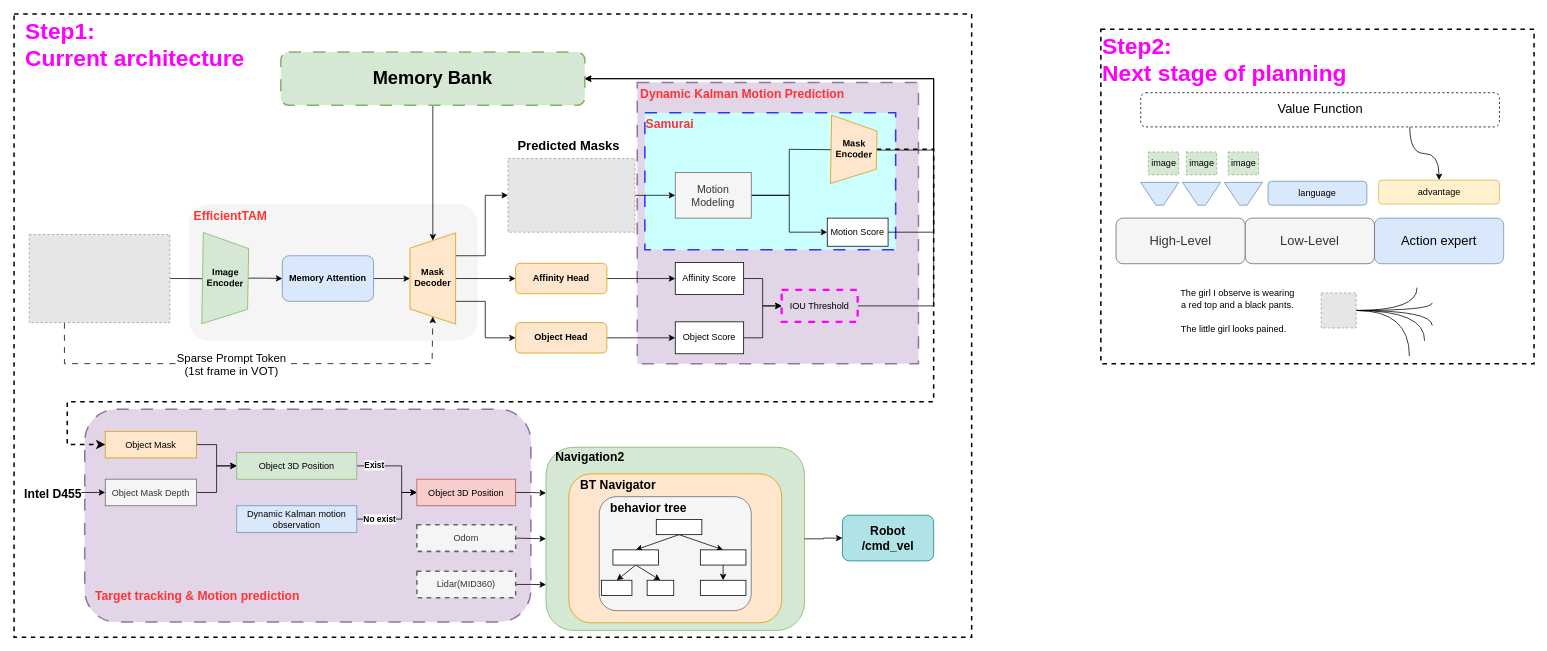
Above: WorkSpace/ObjectTrack/2025-trackArch.drawio in mailonghua/drawio (draw.io), before the change. Source tidied: cells renumbered, new cells numbered last; positions are measured from the earlier drawing's top-left corner, leaving out a move shared by most shapes. Both pictures are drawn from the tidied source at 76%, with x=0, y=0 at pixel (14, 14). Pictures stored in the file or linked from it are replaced by grey dashed boxes.
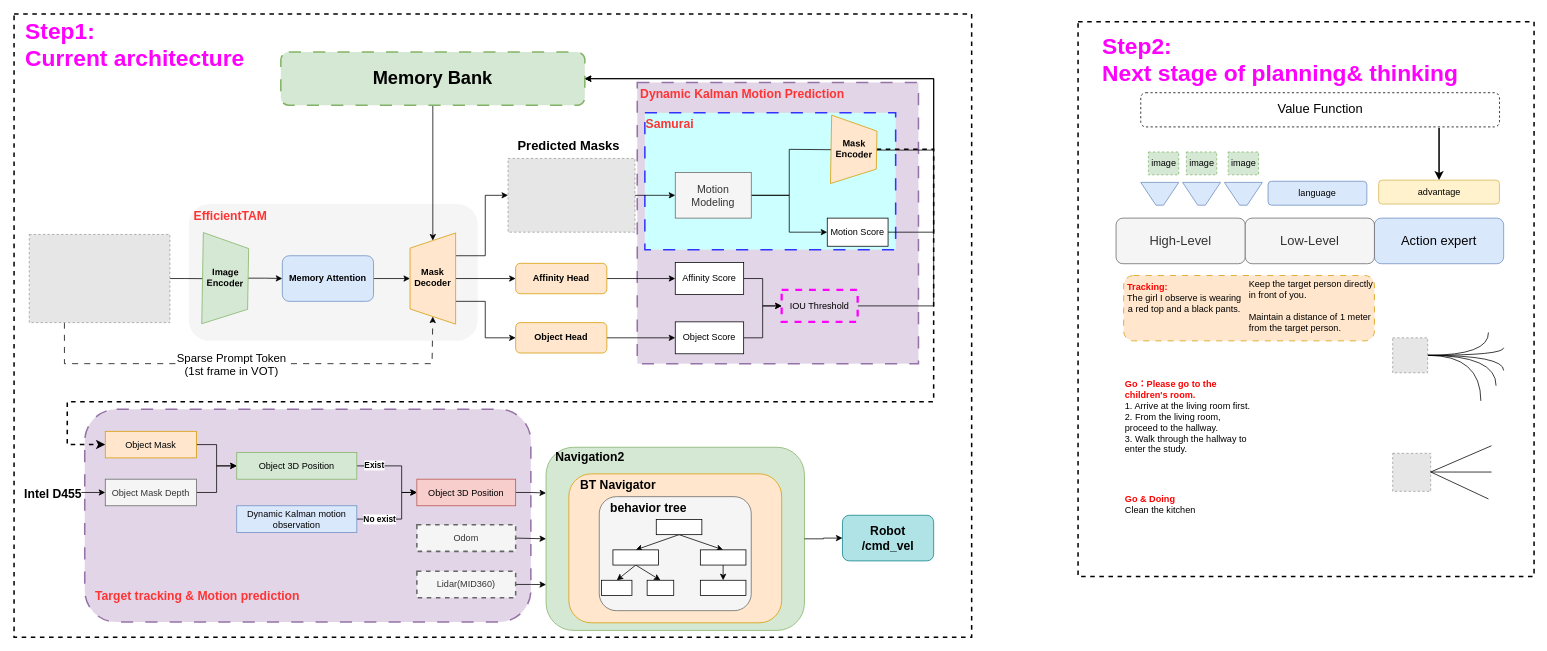
Above is the later version.

Unchanged cells that the change refers to:
```xml
<mxCell id="100" value="advantage" style="rounded=1;whiteSpace=wrap;html=1;fillColor=#fff2cc;strokeColor=#d6b656;" parent="1" vertex="1">
  <mxGeometry x="1795.5" y="218.5" width="159" height="31.5" as="geometry" />
</mxCell>
<mxCell id="103" value="Value Function" style="rounded=1;whiteSpace=wrap;html=1;fontSize=17;dashed=1;" parent="1" vertex="1">
  <mxGeometry x="1482.5" y="103.5" width="472" height="45" as="geometry" />
</mxCell>
```

Change to the diagram source:
```diff
@@
+    <mxCell id="86" style="rounded=0;whiteSpace=wrap;html=1;fillColor=none;strokeWidth=2;dashed=1;" parent="1" vertex="1">
+      <mxGeometry x="1400" y="10" width="600" height="730" as="geometry" />
+    </mxCell>
+    <mxCell id="110" style="rounded=1;whiteSpace=wrap;html=1;dashed=1;dashPattern=8 8;strokeWidth=1;fillColor=#ffe6cc;strokeColor=#d79b00;" parent="1" vertex="1">
+      <mxGeometry x="1460" y="344" width="330" height="86" as="geometry" />
+    </mxCell>
@@
-    <mxCell id="86" style="rounded=0;whiteSpace=wrap;html=1;fillColor=none;strokeWidth=2;dashed=1;" parent="1" vertex="1">
-      <mxGeometry x="1430" y="20" width="570" height="440" as="geometry" />
-    </mxCell>
@@
     <mxCell id="90" style="group;" parent="1" vertex="1">
-      <mxGeometry x="1720" y="360" width="146" height="90" as="geometry" />
+      <mxGeometry x="1814" y="419" width="146" height="90" as="geometry" />
     </mxCell>
@@
-    <mxCell id="97" value="&lt;div&gt;The girl I observe is wearing&lt;/div&gt;&lt;div&gt;a red top and a black pants.&lt;/div&gt;" style="text;html=1;whiteSpace=wrap;strokeColor=none;fillColor=none;align=center;verticalAlign=middle;rounded=0;" parent="1" vertex="1">
-      <mxGeometry x="1530" y="360" width="160" height="30" as="geometry" />
+    <mxCell id="97" value="&lt;div&gt;&lt;div style=&quot;text-align: left;&quot;&gt;&lt;b style=&quot;background-color: transparent;&quot;&gt;&lt;font style=&quot;color: light-dark(rgb(255, 0, 0), rgb(255, 255, 255));&quot;&gt;Tracking:&lt;/font&gt;&lt;/b&gt;&lt;/div&gt;The girl I observe is wearing&lt;/div&gt;&lt;div&gt;a red top and a black pants.&lt;/div&gt;" style="text;html=1;whiteSpace=wrap;strokeColor=none;fillColor=none;align=center;verticalAlign=middle;rounded=0;" parent="1" vertex="1">
+      <mxGeometry x="1460" y="348" width="160" height="52" as="geometry" />
     </mxCell>
@@
-    <mxCell id="102" style="edgeStyle=orthogonalEdgeStyle;rounded=0;jettySize=auto;html=1;exitX=0.75;exitY=1;exitDx=0;exitDy=0;entryX=0.5;entryY=0;entryDx=0;entryDy=0;curved=1;" parent="1" edge="1" source="103" target="100">
-      <mxGeometry relative="1" as="geometry" />
-    </mxCell>
@@
-    <mxCell id="106" value="The little girl looks pained." style="text;html=1;whiteSpace=wrap;strokeColor=none;fillColor=none;align=center;verticalAlign=middle;rounded=0;" parent="1" vertex="1">
-      <mxGeometry x="1530" y="400" width="150" height="30" as="geometry" />
-    </mxCell>
-    <mxCell id="107" value="Step2:&lt;br&gt;Next stage of planning" style="text;html=1;whiteSpace=wrap;strokeColor=none;fillColor=none;align=left;verticalAlign=middle;rounded=0;fontSize=30;fontStyle=1;fontColor=#FF00FF;" parent="1" vertex="1">
-      <mxGeometry x="1430" y="30" width="327" height="60" as="geometry" />
+    <mxCell id="107" value="Step2:&lt;br&gt;Next stage of planning&amp;amp; thinking" style="text;html=1;whiteSpace=wrap;strokeColor=none;fillColor=none;align=left;verticalAlign=middle;rounded=0;fontSize=30;fontStyle=1;fontColor=#FF00FF;" parent="1" vertex="1">
+      <mxGeometry x="1430" y="30" width="490" height="60" as="geometry" />
     </mxCell>
@@
+    <mxCell id="111" style="group;" parent="1" vertex="1">
+      <mxGeometry x="1814" y="568" width="130" height="70" as="geometry" />
+    </mxCell>
+    <mxCell id="112" style="fillColor=#E6E6E6;strokeColor=#999999;dashed=1;verticalLabelPosition=bottom;verticalAlign=top;" parent="111" vertex="1">
+      <mxGeometry y="10" width="50" height="50" as="geometry" />
+    </mxCell>
+    <mxCell id="113" style="edgeStyle=none;orthogonalLoop=1;jettySize=auto;html=1;rounded=0;endArrow=none;endFill=0;" parent="111" edge="1">
+      <mxGeometry relative="1" as="geometry">
+        <mxPoint x="50" y="34.6" as="sourcePoint" />
+        <mxPoint x="130" y="34.6" as="targetPoint" />
+      </mxGeometry>
+    </mxCell>
+    <mxCell id="114" style="edgeStyle=none;orthogonalLoop=1;jettySize=auto;html=1;rounded=0;endArrow=none;endFill=0;" parent="111" edge="1">
+      <mxGeometry relative="1" as="geometry">
+        <mxPoint x="50" y="34.6" as="sourcePoint" />
+        <mxPoint x="130" as="targetPoint" />
+      </mxGeometry>
+    </mxCell>
+    <mxCell id="115" style="edgeStyle=none;orthogonalLoop=1;jettySize=auto;html=1;rounded=0;endArrow=none;endFill=0;" parent="111" edge="1">
+      <mxGeometry relative="1" as="geometry">
+        <mxPoint x="50" y="34.5" as="sourcePoint" />
+        <mxPoint x="126" y="70" as="targetPoint" />
+      </mxGeometry>
+    </mxCell>
+    <mxCell id="116" value="Keep the target person directly in front of you.&lt;br&gt;&lt;br&gt;Maintain a distance of 1 meter from the target person." style="text;html=1;whiteSpace=wrap;strokeColor=none;fillColor=none;align=left;verticalAlign=middle;rounded=0;" parent="1" vertex="1">
+      <mxGeometry x="1623" y="349" width="172.5" height="70" as="geometry" />
+    </mxCell>
+    <mxCell id="117" style="endArrow=classic;html=1;rounded=0;entryX=0.5;entryY=0;entryDx=0;entryDy=0;strokeWidth=2;" parent="1" edge="1" target="100">
+      <mxGeometry relative="1" as="geometry">
+        <mxPoint x="1875" y="150" as="sourcePoint" />
+      </mxGeometry>
+    </mxCell>
+    <mxCell id="118" value="&lt;b&gt;&lt;font style=&quot;color: light-dark(rgb(255, 0, 0), rgb(255, 255, 255));&quot;&gt;Go &amp;amp; Doing&lt;/font&gt;&lt;/b&gt;&lt;br&gt;Clean the kitchen" style="text;html=1;whiteSpace=wrap;strokeColor=none;fillColor=none;align=left;verticalAlign=middle;rounded=0;" parent="1" vertex="1">
+      <mxGeometry x="1460" y="629.5" width="150" height="30" as="geometry" />
+    </mxCell>
+    <mxCell id="119" value="&lt;font style=&quot;&quot;&gt;&lt;font style=&quot;color: light-dark(rgb(255, 0, 0), rgb(255, 255, 255));&quot;&gt;&lt;font style=&quot;font-weight: bold;&quot;&gt;Go：&lt;/font&gt;&lt;b&gt;Please go to the children's room.&lt;/b&gt;&lt;/font&gt;&lt;br&gt;&lt;div&gt;1. Arrive at the living room first.&lt;/div&gt;&lt;div&gt;2. From the living room, proceed to the hallway.&lt;/div&gt;&lt;div&gt;3. Walk through the hallway to enter the study.&lt;/div&gt;&lt;/font&gt;" style="text;html=1;whiteSpace=wrap;strokeColor=none;fillColor=none;align=left;verticalAlign=middle;rounded=0;" parent="1" vertex="1">
+      <mxGeometry x="1460" y="479" width="170" height="101" as="geometry" />
+    </mxCell>
```
